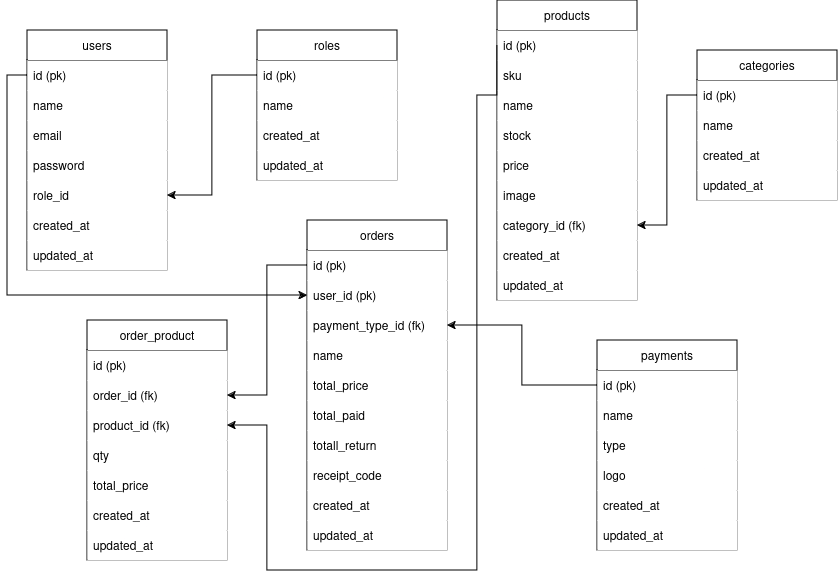
Above: erd/index.png in dannni-Op/restaurant-api-project (draw.io), before the change. Source tidied: cells renumbered, new cells last; positions are measured from the earlier drawing's top-left corner, leaving out a move shared by most shapes.
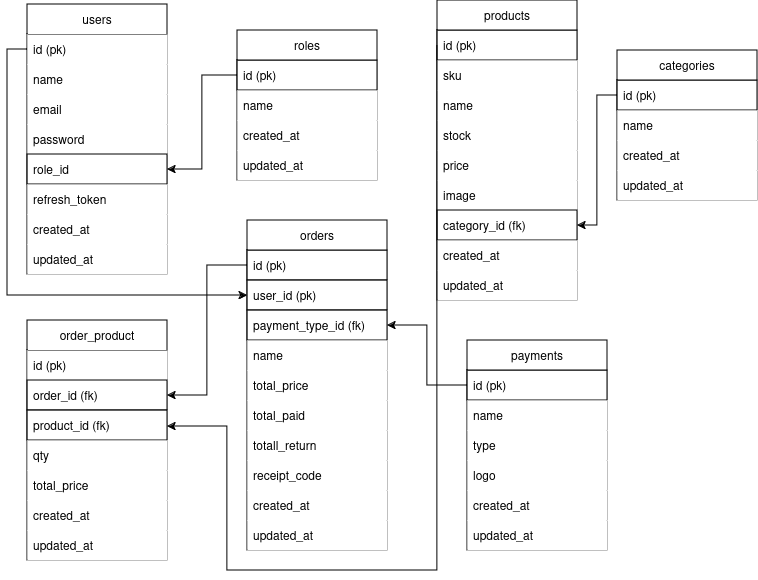
After the commit.

Change to the diagram source:
```diff
@@ -3,7 +3,7 @@
     <mxCell id="0" />
     <mxCell id="1" parent="0" />
     <mxCell id="2" value="users" style="swimlane;fontStyle=0;horizontal=1;startSize=30;whiteSpace=wrap;html=1;" parent="1" vertex="1">
-      <mxGeometry y="30" width="140" height="240" as="geometry" />
+      <mxGeometry x="30" y="4" width="140" height="270" as="geometry" />
     </mxCell>
     <mxCell id="3" value="id (pk)" style="text;strokeColor=none;fillColor=default;align=left;verticalAlign=middle;spacingLeft=4;spacingRight=4;overflow=hidden;points=[[0,0.5],[1,0.5]];portConstraint=eastwest;whiteSpace=wrap;html=1;" parent="2" vertex="1">
       <mxGeometry y="30" width="140" height="30" as="geometry" />
@@ -17,19 +17,22 @@
     <mxCell id="6" value="password" style="text;strokeColor=none;fillColor=default;align=left;verticalAlign=middle;spacingLeft=4;spacingRight=4;overflow=hidden;whiteSpace=wrap;html=1;" parent="2" vertex="1">
       <mxGeometry y="120" width="140" height="30" as="geometry" />
     </mxCell>
-    <mxCell id="7" value="&lt;div&gt;role_id&lt;/div&gt;" style="text;strokeColor=none;fillColor=default;align=left;verticalAlign=middle;spacingLeft=4;spacingRight=4;overflow=hidden;points=[[0,0.5],[1,0.5]];portConstraint=eastwest;whiteSpace=wrap;html=1;" parent="2" vertex="1">
+    <mxCell id="7" value="&lt;div&gt;role_id&lt;/div&gt;" style="text;strokeColor=default;fillColor=default;align=left;verticalAlign=middle;spacingLeft=4;spacingRight=4;overflow=hidden;points=[[0,0.5],[1,0.5]];portConstraint=eastwest;whiteSpace=wrap;html=1;" parent="2" vertex="1">
       <mxGeometry y="150" width="140" height="30" as="geometry" />
     </mxCell>
+    <mxCell id="62" value="&lt;div&gt;refresh_token&lt;/div&gt;" style="text;strokeColor=none;fillColor=default;align=left;verticalAlign=middle;spacingLeft=4;spacingRight=4;overflow=hidden;whiteSpace=wrap;html=1;" parent="2" vertex="1">
+      <mxGeometry y="180" width="140" height="30" as="geometry" />
+    </mxCell>
     <mxCell id="8" value="created_at" style="text;strokeColor=none;fillColor=default;align=left;verticalAlign=middle;spacingLeft=4;spacingRight=4;overflow=hidden;whiteSpace=wrap;html=1;" parent="2" vertex="1">
-      <mxGeometry y="180" width="140" height="30" as="geometry" />
+      <mxGeometry y="210" width="140" height="30" as="geometry" />
     </mxCell>
     <mxCell id="9" value="updated_at" style="text;strokeColor=none;fillColor=default;align=left;verticalAlign=middle;spacingLeft=4;spacingRight=4;overflow=hidden;whiteSpace=wrap;html=1;" parent="2" vertex="1">
-      <mxGeometry y="210" width="140" height="30" as="geometry" />
+      <mxGeometry y="240" width="140" height="30" as="geometry" />
     </mxCell>
     <mxCell id="10" value="categories" style="swimlane;fontStyle=0;horizontal=1;startSize=30;whiteSpace=wrap;html=1;" parent="1" vertex="1">
-      <mxGeometry x="670" y="50" width="140" height="150" as="geometry" />
+      <mxGeometry x="620" y="50" width="140" height="150" as="geometry" />
     </mxCell>
-    <mxCell id="11" value="id (pk)" style="text;strokeColor=none;fillColor=default;align=left;verticalAlign=middle;spacingLeft=4;spacingRight=4;overflow=hidden;points=[[0,0.5],[1,0.5]];portConstraint=eastwest;whiteSpace=wrap;html=1;" parent="10" vertex="1">
+    <mxCell id="11" value="id (pk)" style="text;strokeColor=default;fillColor=default;align=left;verticalAlign=middle;spacingLeft=4;spacingRight=4;overflow=hidden;points=[[0,0.5],[1,0.5]];portConstraint=eastwest;whiteSpace=wrap;html=1;" parent="10" vertex="1">
       <mxGeometry y="30" width="140" height="30" as="geometry" />
     </mxCell>
     <mxCell id="12" value="name" style="text;strokeColor=none;fillColor=default;align=left;verticalAlign=middle;spacingLeft=4;spacingRight=4;overflow=hidden;whiteSpace=wrap;html=1;" parent="10" vertex="1">
@@ -42,9 +45,9 @@
       <mxGeometry y="120" width="140" height="30" as="geometry" />
     </mxCell>
     <mxCell id="15" value="products" style="swimlane;fontStyle=0;horizontal=1;startSize=30;whiteSpace=wrap;html=1;" parent="1" vertex="1">
-      <mxGeometry x="470" width="140" height="300" as="geometry" />
+      <mxGeometry x="440" width="140" height="300" as="geometry" />
     </mxCell>
-    <mxCell id="16" value="id (pk)" style="text;strokeColor=none;fillColor=default;align=left;verticalAlign=middle;spacingLeft=4;spacingRight=4;overflow=hidden;points=[[0,0.5],[1,0.5]];portConstraint=eastwest;whiteSpace=wrap;html=1;" parent="15" vertex="1">
+    <mxCell id="16" value="id (pk)" style="text;strokeColor=default;fillColor=default;align=left;verticalAlign=middle;spacingLeft=4;spacingRight=4;overflow=hidden;points=[[0,0.5],[1,0.5]];portConstraint=eastwest;whiteSpace=wrap;html=1;" parent="15" vertex="1">
       <mxGeometry y="30" width="140" height="30" as="geometry" />
     </mxCell>
     <mxCell id="17" value="sku" style="text;strokeColor=none;fillColor=default;align=left;verticalAlign=middle;spacingLeft=4;spacingRight=4;overflow=hidden;whiteSpace=wrap;html=1;" parent="15" vertex="1">
@@ -62,7 +65,7 @@
     <mxCell id="21" value="image" style="text;strokeColor=none;fillColor=default;align=left;verticalAlign=middle;spacingLeft=4;spacingRight=4;overflow=hidden;whiteSpace=wrap;html=1;" parent="15" vertex="1">
       <mxGeometry y="180" width="140" height="30" as="geometry" />
     </mxCell>
-    <mxCell id="22" value="category_id (fk)" style="text;strokeColor=none;fillColor=default;align=left;verticalAlign=middle;spacingLeft=4;spacingRight=4;overflow=hidden;points=[[0,0.5],[1,0.5]];portConstraint=eastwest;whiteSpace=wrap;html=1;" parent="15" vertex="1">
+    <mxCell id="22" value="category_id (fk)" style="text;strokeColor=default;fillColor=default;align=left;verticalAlign=middle;spacingLeft=4;spacingRight=4;overflow=hidden;points=[[0,0.5],[1,0.5]];portConstraint=eastwest;whiteSpace=wrap;html=1;" parent="15" vertex="1">
       <mxGeometry y="210" width="140" height="30" as="geometry" />
     </mxCell>
     <mxCell id="23" value="created_at" style="text;strokeColor=none;fillColor=default;align=left;verticalAlign=middle;spacingLeft=4;spacingRight=4;overflow=hidden;whiteSpace=wrap;html=1;" parent="15" vertex="1">
@@ -72,15 +75,15 @@
       <mxGeometry y="270" width="140" height="30" as="geometry" />
     </mxCell>
     <mxCell id="25" value="orders" style="swimlane;fontStyle=0;horizontal=1;startSize=30;whiteSpace=wrap;html=1;" parent="1" vertex="1">
-      <mxGeometry x="280" y="220" width="140" height="330" as="geometry" />
+      <mxGeometry x="250" y="220" width="140" height="330" as="geometry" />
     </mxCell>
-    <mxCell id="26" value="id (pk)" style="text;strokeColor=none;fillColor=default;align=left;verticalAlign=middle;spacingLeft=4;spacingRight=4;overflow=hidden;points=[[0,0.5],[1,0.5]];portConstraint=eastwest;whiteSpace=wrap;html=1;" parent="25" vertex="1">
+    <mxCell id="26" value="id (pk)" style="text;strokeColor=default;fillColor=default;align=left;verticalAlign=middle;spacingLeft=4;spacingRight=4;overflow=hidden;points=[[0,0.5],[1,0.5]];portConstraint=eastwest;whiteSpace=wrap;html=1;" parent="25" vertex="1">
       <mxGeometry y="30" width="140" height="30" as="geometry" />
     </mxCell>
-    <mxCell id="27" value="user_id (pk)" style="text;strokeColor=none;fillColor=default;align=left;verticalAlign=middle;spacingLeft=4;spacingRight=4;overflow=hidden;points=[[0,0.5],[1,0.5]];portConstraint=eastwest;whiteSpace=wrap;html=1;" parent="25" vertex="1">
+    <mxCell id="27" value="user_id (pk)" style="text;strokeColor=default;fillColor=default;align=left;verticalAlign=middle;spacingLeft=4;spacingRight=4;overflow=hidden;points=[[0,0.5],[1,0.5]];portConstraint=eastwest;whiteSpace=wrap;html=1;" parent="25" vertex="1">
       <mxGeometry y="60" width="140" height="30" as="geometry" />
     </mxCell>
-    <mxCell id="28" value="payment_type_id (fk)" style="text;strokeColor=none;fillColor=default;align=left;verticalAlign=middle;spacingLeft=4;spacingRight=4;overflow=hidden;points=[[0,0.5],[1,0.5]];portConstraint=eastwest;whiteSpace=wrap;html=1;" parent="25" vertex="1">
+    <mxCell id="28" value="payment_type_id (fk)" style="text;strokeColor=default;fillColor=default;align=left;verticalAlign=middle;spacingLeft=4;spacingRight=4;overflow=hidden;points=[[0,0.5],[1,0.5]];portConstraint=eastwest;whiteSpace=wrap;html=1;" parent="25" vertex="1">
       <mxGeometry y="90" width="140" height="30" as="geometry" />
     </mxCell>
     <mxCell id="29" value="name" style="text;strokeColor=none;fillColor=default;align=left;verticalAlign=middle;spacingLeft=4;spacingRight=4;overflow=hidden;whiteSpace=wrap;html=1;" parent="25" vertex="1">
@@ -105,15 +108,15 @@
       <mxGeometry y="300" width="140" height="30" as="geometry" />
     </mxCell>
     <mxCell id="36" value="order_product" style="swimlane;fontStyle=0;horizontal=1;startSize=30;whiteSpace=wrap;html=1;" parent="1" vertex="1">
-      <mxGeometry x="60" y="320" width="140" height="240" as="geometry" />
+      <mxGeometry x="30" y="320" width="140" height="240" as="geometry" />
     </mxCell>
     <mxCell id="37" value="id (pk)" style="text;strokeColor=none;fillColor=default;align=left;verticalAlign=middle;spacingLeft=4;spacingRight=4;overflow=hidden;whiteSpace=wrap;html=1;" parent="36" vertex="1">
       <mxGeometry y="30" width="140" height="30" as="geometry" />
     </mxCell>
-    <mxCell id="38" value="order_id (fk)" style="text;strokeColor=none;fillColor=default;align=left;verticalAlign=middle;spacingLeft=4;spacingRight=4;overflow=hidden;points=[[0,0.5],[1,0.5]];portConstraint=eastwest;whiteSpace=wrap;html=1;" parent="36" vertex="1">
+    <mxCell id="38" value="order_id (fk)" style="text;strokeColor=default;fillColor=default;align=left;verticalAlign=middle;spacingLeft=4;spacingRight=4;overflow=hidden;points=[[0,0.5],[1,0.5]];portConstraint=eastwest;whiteSpace=wrap;html=1;" parent="36" vertex="1">
       <mxGeometry y="60" width="140" height="30" as="geometry" />
     </mxCell>
-    <mxCell id="39" value="product_id (fk)" style="text;strokeColor=none;fillColor=default;align=left;verticalAlign=middle;spacingLeft=4;spacingRight=4;overflow=hidden;points=[[0,0.5],[1,0.5]];portConstraint=eastwest;whiteSpace=wrap;html=1;" parent="36" vertex="1">
+    <mxCell id="39" value="product_id (fk)" style="text;strokeColor=default;fillColor=default;align=left;verticalAlign=middle;spacingLeft=4;spacingRight=4;overflow=hidden;points=[[0,0.5],[1,0.5]];portConstraint=eastwest;whiteSpace=wrap;html=1;" parent="36" vertex="1">
       <mxGeometry y="90" width="140" height="30" as="geometry" />
     </mxCell>
     <mxCell id="40" value="qty" style="text;strokeColor=none;fillColor=default;align=left;verticalAlign=middle;spacingLeft=4;spacingRight=4;overflow=hidden;whiteSpace=wrap;html=1;" parent="36" vertex="1">
@@ -129,9 +132,9 @@
       <mxGeometry y="210" width="140" height="30" as="geometry" />
     </mxCell>
     <mxCell id="44" value="payments" style="swimlane;fontStyle=0;horizontal=1;startSize=30;whiteSpace=wrap;html=1;" parent="1" vertex="1">
-      <mxGeometry x="570" y="340" width="140" height="210" as="geometry" />
+      <mxGeometry x="470" y="340" width="140" height="210" as="geometry" />
     </mxCell>
-    <mxCell id="45" value="id (pk)" style="text;strokeColor=none;fillColor=default;align=left;verticalAlign=middle;spacingLeft=4;spacingRight=4;overflow=hidden;points=[[0,0.5],[1,0.5]];portConstraint=eastwest;whiteSpace=wrap;html=1;" parent="44" vertex="1">
+    <mxCell id="45" value="id (pk)" style="text;strokeColor=default;fillColor=default;align=left;verticalAlign=middle;spacingLeft=4;spacingRight=4;overflow=hidden;points=[[0,0.5],[1,0.5]];portConstraint=eastwest;whiteSpace=wrap;html=1;" parent="44" vertex="1">
       <mxGeometry y="30" width="140" height="30" as="geometry" />
     </mxCell>
     <mxCell id="46" value="name&lt;span style=&quot;white-space: pre;&quot;&gt;&#9;&lt;/span&gt;" style="text;strokeColor=none;fillColor=default;align=left;verticalAlign=middle;spacingLeft=4;spacingRight=4;overflow=hidden;whiteSpace=wrap;html=1;" parent="44" vertex="1">
@@ -150,9 +153,9 @@
       <mxGeometry y="180" width="140" height="30" as="geometry" />
     </mxCell>
     <mxCell id="51" value="roles" style="swimlane;fontStyle=0;horizontal=1;startSize=30;whiteSpace=wrap;html=1;" parent="1" vertex="1">
-      <mxGeometry x="230" y="30" width="140" height="150" as="geometry" />
+      <mxGeometry x="240" y="30" width="140" height="150" as="geometry" />
     </mxCell>
-    <mxCell id="52" value="id (pk)" style="text;strokeColor=none;fillColor=default;align=left;verticalAlign=middle;spacingLeft=4;spacingRight=4;overflow=hidden;points=[[0,0.5],[1,0.5]];portConstraint=eastwest;whiteSpace=wrap;html=1;" parent="51" vertex="1">
+    <mxCell id="52" value="id (pk)" style="text;strokeColor=default;fillColor=default;align=left;verticalAlign=middle;spacingLeft=4;spacingRight=4;overflow=hidden;points=[[0,0.5],[1,0.5]];portConstraint=eastwest;whiteSpace=wrap;html=1;" parent="51" vertex="1">
       <mxGeometry y="30" width="140" height="30" as="geometry" />
     </mxCell>
     <mxCell id="53" value="name" style="text;strokeColor=none;fillColor=default;align=left;verticalAlign=middle;spacingLeft=4;spacingRight=4;overflow=hidden;whiteSpace=wrap;html=1;" parent="51" vertex="1">
@@ -176,13 +179,13 @@
     <mxCell id="59" style="edgeStyle=orthogonalEdgeStyle;rounded=0;jettySize=auto;html=1;exitX=0;exitY=0.5;exitDx=0;exitDy=0;entryX=1;entryY=0.5;entryDx=0;entryDy=0;" parent="1" edge="1" source="26" target="38">
       <mxGeometry relative="1" as="geometry" />
     </mxCell>
-    <mxCell id="60" style="edgeStyle=orthogonalEdgeStyle;rounded=0;jettySize=auto;html=1;exitX=0;exitY=0.5;exitDx=0;exitDy=0;entryX=1;entryY=0.5;entryDx=0;entryDy=0;" parent="1" edge="1" source="16" target="39">
+    <mxCell id="60" style="edgeStyle=orthogonalEdgeStyle;rounded=0;jettySize=auto;html=1;exitX=0;exitY=0.5;exitDx=0;exitDy=0;" parent="1" edge="1" source="16" target="39">
       <mxGeometry relative="1" as="geometry">
         <Array as="points">
-          <mxPoint x="450" y="95" />
-          <mxPoint x="450" y="570" />
-          <mxPoint x="240" y="570" />
-          <mxPoint x="240" y="425" />
+          <mxPoint x="440" y="45" />
+          <mxPoint x="440" y="570" />
+          <mxPoint x="230" y="570" />
+          <mxPoint x="230" y="426" />
         </Array>
       </mxGeometry>
     </mxCell>
```
